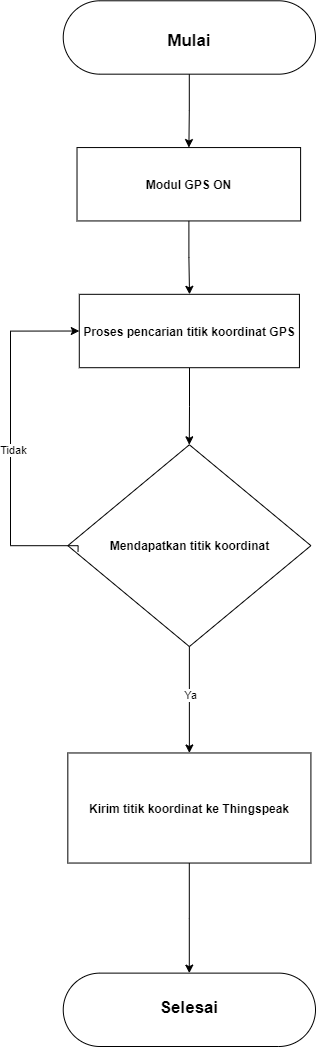
Before: FLOWCHART MODUL GPS REV2.0.png, a diagram exported from draw.io (ajiesetyon/flowchart_PAA). Source tidied: cells renumbered, new cells last; positions are measured from the earlier drawing's top-left corner, leaving out a move shared by most shapes.
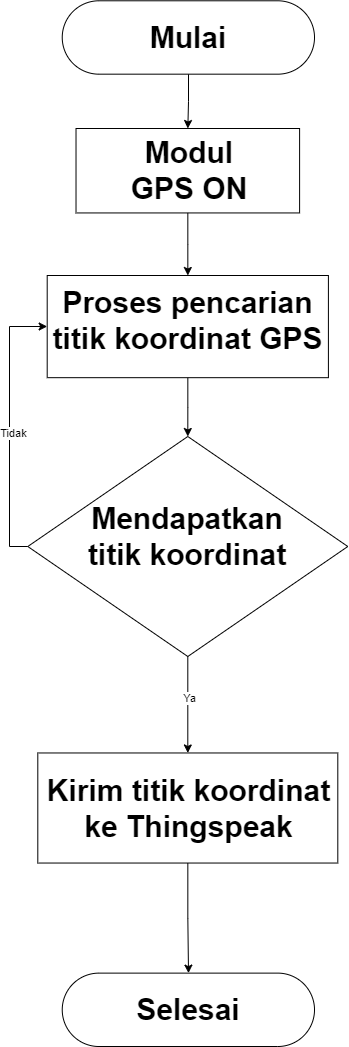
The same file after the commit.

What changed in the source:
```diff
@@ -9,9 +9,9 @@
       <mxGeometry x="52.7" y="0.3" width="252.3" height="73.4" as="geometry" />
     </mxCell>
     <mxCell id="4" style="rhombus;whiteSpace=wrap;html=1;" parent="1" vertex="1">
-      <mxGeometry x="57.3" y="444.3" width="243.1" height="201.8" as="geometry" />
+      <mxGeometry x="18.3" y="436" width="320" height="220" as="geometry" />
     </mxCell>
-    <mxCell id="5" value="&lt;h1&gt;&lt;font style=&quot;font-size: 17px&quot;&gt;Mulai&lt;/font&gt;&lt;/h1&gt;" style="text;html=1;strokeColor=none;fillColor=none;align=center;verticalAlign=middle;whiteSpace=wrap;rounded=0;" parent="1" vertex="1">
+    <mxCell id="5" value="&lt;h1&gt;&lt;font style=&quot;font-size: 30px&quot;&gt;Mulai&lt;/font&gt;&lt;/h1&gt;" style="text;html=1;strokeColor=none;fillColor=none;align=center;verticalAlign=middle;whiteSpace=wrap;rounded=0;" parent="1" vertex="1">
       <mxGeometry x="123.8" y="18.6" width="110.1" height="36.7" as="geometry" />
     </mxCell>
     <mxCell id="6" style="endArrow=classic;html=1;entryX=0.5;entryY=0;entryDx=0;entryDy=0;" parent="1" edge="1" source="4" target="9">
@@ -26,10 +26,10 @@
       <mxGeometry x="96.3" y="495.6" width="181.7" height="80.7" as="geometry" />
     </mxCell>
     <mxCell id="9" style="rounded=0;whiteSpace=wrap;html=1;align=center;" parent="1" vertex="1">
-      <mxGeometry x="57.3" y="752.5" width="243.1" height="110.1" as="geometry" />
+      <mxGeometry x="28.3" y="752.5" width="300" height="110.1" as="geometry" />
     </mxCell>
-    <mxCell id="10" value="&lt;b&gt;Kirim titik koordinat ke Thingspeak&lt;/b&gt;" style="text;html=1;strokeColor=none;fillColor=none;align=center;verticalAlign=middle;whiteSpace=wrap;rounded=0;" parent="1" vertex="1">
-      <mxGeometry x="70.5" y="789.2" width="215.6" height="36.7" as="geometry" />
+    <mxCell id="10" value="&lt;b&gt;&lt;font style=&quot;font-size: 30px&quot;&gt;Kirim titik koordinat ke Thingspeak&lt;/font&gt;&lt;/b&gt;" style="text;html=1;strokeColor=none;fillColor=none;align=center;verticalAlign=middle;whiteSpace=wrap;rounded=0;" parent="1" vertex="1">
+      <mxGeometry x="30.3" y="789.2" width="299.5" height="36.7" as="geometry" />
     </mxCell>
     <mxCell id="11" style="rounded=1;whiteSpace=wrap;html=1;arcSize=50;" parent="1" vertex="1">
       <mxGeometry x="52.7" y="972.6" width="252.3" height="73.4" as="geometry" />
@@ -37,27 +37,27 @@
     <mxCell id="12" style="edgeStyle=orthogonalEdgeStyle;rounded=0;jettySize=auto;html=1;" parent="1" edge="1" source="9" target="11">
       <mxGeometry x="280" y="34.3" as="geometry" />
     </mxCell>
-    <mxCell id="13" value="&lt;h1&gt;&lt;font style=&quot;font-size: 17px&quot;&gt;Selesai&lt;/font&gt;&lt;/h1&gt;" style="text;html=1;strokeColor=none;fillColor=none;align=center;verticalAlign=middle;whiteSpace=wrap;rounded=0;" parent="1" vertex="1">
-      <mxGeometry x="123.8" y="985.5" width="110.1" height="36.7" as="geometry" />
+    <mxCell id="13" value="&lt;h1&gt;&lt;font style=&quot;font-size: 30px&quot;&gt;Selesai&lt;/font&gt;&lt;/h1&gt;" style="text;html=1;strokeColor=none;fillColor=none;align=center;verticalAlign=middle;whiteSpace=wrap;rounded=0;" parent="1" vertex="1">
+      <mxGeometry x="123.8" y="991" width="110.1" height="36.7" as="geometry" />
     </mxCell>
     <mxCell id="14" style="rounded=0;whiteSpace=wrap;html=1;" parent="1" vertex="1">
-      <mxGeometry x="66.5" y="147.1" width="223.6" height="73.4" as="geometry" />
+      <mxGeometry x="66.5" y="128" width="223.6" height="84.4" as="geometry" />
     </mxCell>
-    <mxCell id="15" value="&lt;b&gt;Modul GPS ON&lt;/b&gt;" style="text;html=1;strokeColor=none;fillColor=none;align=center;verticalAlign=middle;whiteSpace=wrap;rounded=0;" parent="1" vertex="1">
-      <mxGeometry x="96.3" y="165.4" width="165.1" height="36.7" as="geometry" />
+    <mxCell id="15" value="&lt;b&gt;&lt;font style=&quot;font-size: 30px&quot;&gt;Modul GPS ON&lt;/font&gt;&lt;/b&gt;" style="text;html=1;strokeColor=none;fillColor=none;align=center;verticalAlign=middle;whiteSpace=wrap;rounded=0;" parent="1" vertex="1">
+      <mxGeometry x="108.2" y="151.9" width="143.7" height="36.7" as="geometry" />
     </mxCell>
-    <mxCell id="16" style="edgeStyle=orthogonalEdgeStyle;rounded=0;jettySize=auto;html=1;" parent="1" edge="1" source="17" target="4">
-      <mxGeometry x="280" y="34.3" as="geometry" />
+    <mxCell id="16" style="edgeStyle=orthogonalEdgeStyle;rounded=0;jettySize=auto;html=1;entryX=0.5;entryY=0;entryDx=0;entryDy=0;" parent="1" edge="1" source="17" target="4">
+      <mxGeometry x="280" y="23.3" as="geometry" />
     </mxCell>
     <mxCell id="17" style="rounded=0;whiteSpace=wrap;html=1;" parent="1" vertex="1">
-      <mxGeometry x="68.8" y="293.8" width="220.2" height="73.4" as="geometry" />
+      <mxGeometry x="37.7" y="275" width="281.2" height="102.2" as="geometry" />
     </mxCell>
-    <mxCell id="18" style="edgeStyle=orthogonalEdgeStyle;rounded=0;jettySize=auto;html=1;exitX=0.042;exitY=0.529;exitDx=0;exitDy=0;exitPerimeter=0;entryX=0;entryY=0.5;entryDx=0;entryDy=0;" parent="1" edge="1" source="4" target="17">
+    <mxCell id="18" style="edgeStyle=orthogonalEdgeStyle;rounded=0;jettySize=auto;html=1;exitX=0;exitY=0.5;exitDx=0;exitDy=0;entryX=0;entryY=0.5;entryDx=0;entryDy=0;" parent="1" edge="1" source="4" target="17">
       <mxGeometry x="280" y="34.3" as="geometry">
         <Array as="points">
-          <mxPoint x="67.9" y="545.2" />
-          <mxPoint y="545.2" />
-          <mxPoint y="330.5" />
+          <mxPoint y="546" />
+          <mxPoint y="326" />
+          <mxPoint x="38" y="326" />
         </Array>
       </mxGeometry>
     </mxCell>
@@ -66,11 +66,11 @@
         <mxPoint y="-9.3" as="offset" />
       </mxGeometry>
     </mxCell>
-    <mxCell id="20" value="&lt;b&gt;Proses pencarian titik koordinat GPS&lt;/b&gt;" style="text;html=1;strokeColor=none;fillColor=none;align=center;verticalAlign=middle;whiteSpace=wrap;rounded=0;" parent="1" vertex="1">
-      <mxGeometry x="68.8" y="312.2" width="220.2" height="36.7" as="geometry" />
+    <mxCell id="20" value="&lt;b&gt;&lt;font style=&quot;font-size: 30px&quot;&gt;Proses pencarian titik koordinat GPS&lt;/font&gt;&lt;/b&gt;" style="text;html=1;strokeColor=none;fillColor=none;align=center;verticalAlign=middle;whiteSpace=wrap;rounded=0;" parent="1" vertex="1">
+      <mxGeometry x="38.3" y="301.2" width="281.2" height="36.7" as="geometry" />
     </mxCell>
-    <mxCell id="21" value="&lt;b&gt;Mendapatkan titik koordinat&lt;/b&gt;" style="text;html=1;strokeColor=none;fillColor=none;align=center;verticalAlign=middle;whiteSpace=wrap;rounded=0;" parent="1" vertex="1">
-      <mxGeometry x="88.3" y="526.8" width="183.5" height="36.7" as="geometry" />
+    <mxCell id="21" value="&lt;b&gt;&lt;font style=&quot;font-size: 30px&quot;&gt;Mendapatkan titik koordinat&lt;/font&gt;&lt;/b&gt;" style="text;html=1;strokeColor=none;fillColor=none;align=center;verticalAlign=middle;whiteSpace=wrap;rounded=0;" parent="1" vertex="1">
+      <mxGeometry x="72.4" y="521.4" width="211.7" height="29.2" as="geometry" />
     </mxCell>
     <mxCell id="22" style="edgeStyle=orthogonalEdgeStyle;rounded=0;jettySize=auto;html=1;" parent="1" edge="1" source="14" target="17">
       <mxGeometry x="280" y="34.3" as="geometry" />
```
